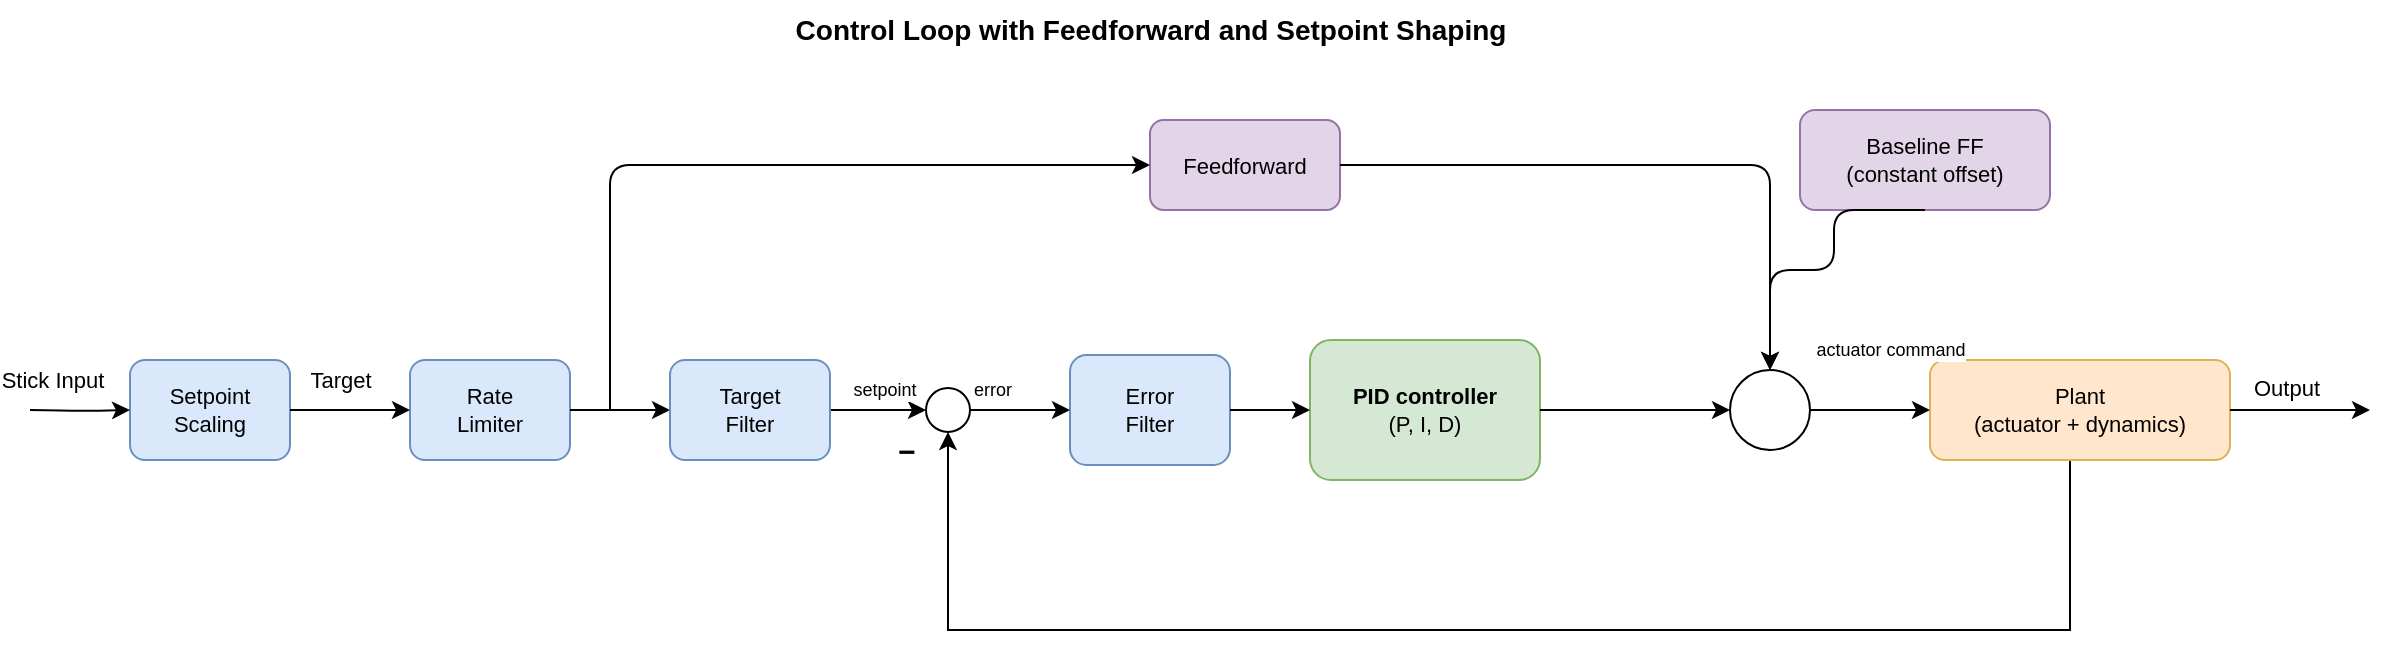
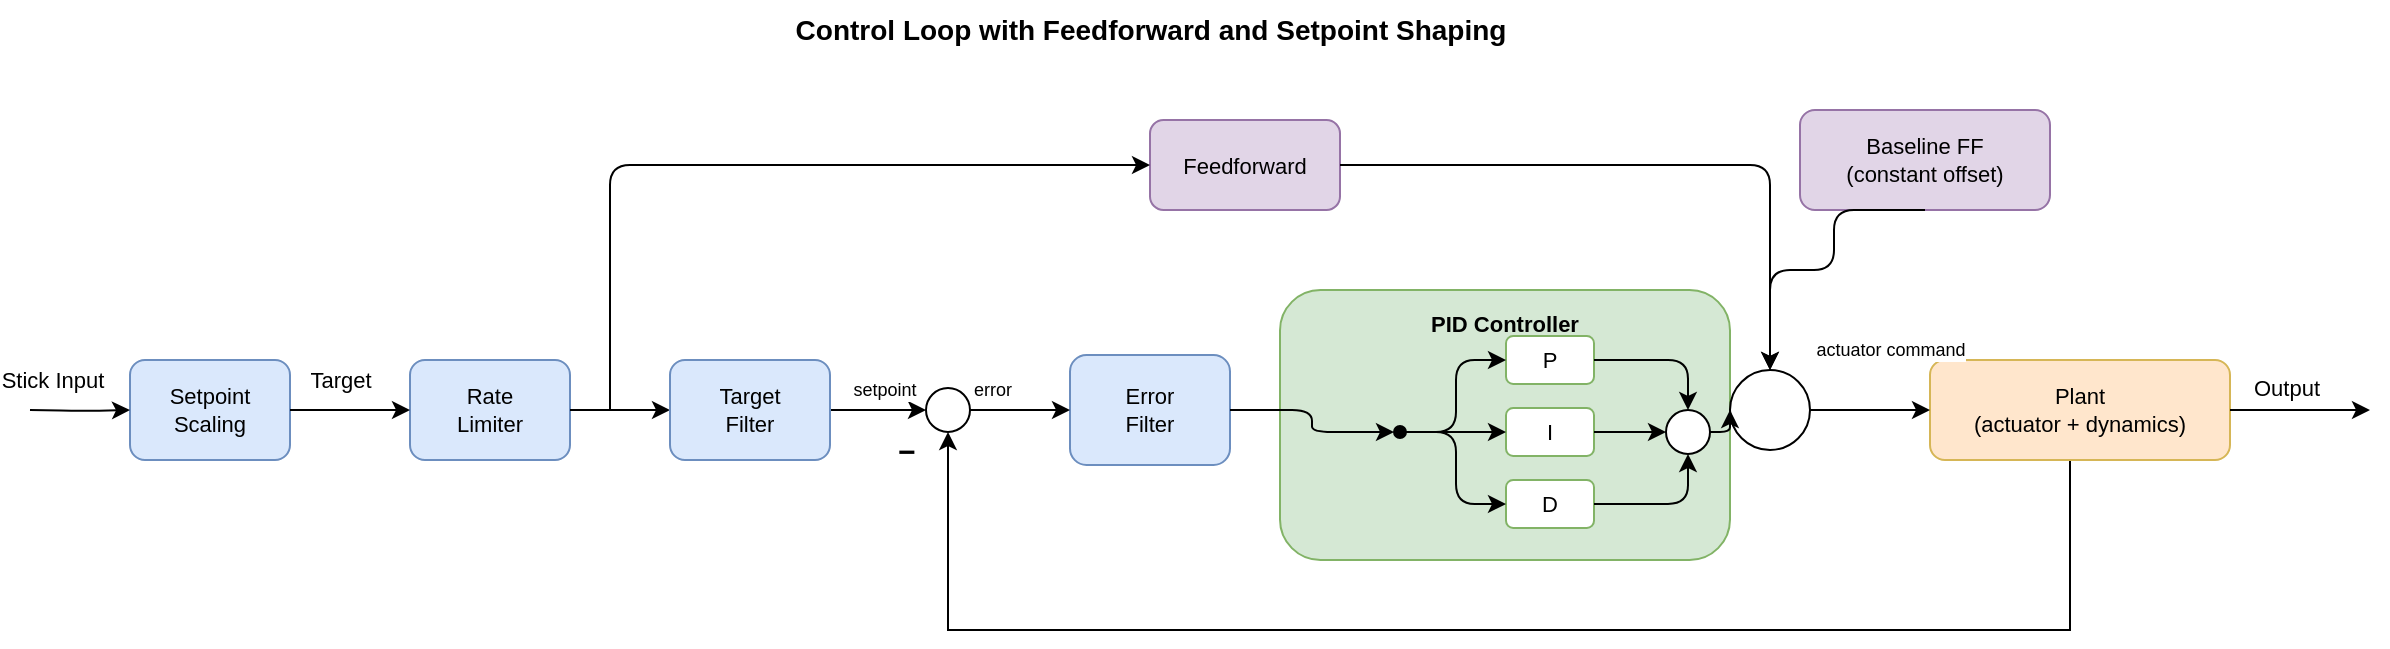
<mxfile host="Electron">
  <diagram name="Generic PID Loop" id="generic-pid-loop">
    <mxGraphModel dx="1513" dy="436" grid="1" gridSize="10" guides="1" tooltips="1" connect="1" arrows="1" fold="1" page="1" pageScale="1" pageWidth="1300" pageHeight="500" math="0" shadow="0">
      <root>
        <mxCell id="0" />
        <mxCell id="1" parent="0" />
        <mxCell id="2" parent="1" style="text;html=1;strokeColor=none;fillColor=none;align=center;verticalAlign=middle;fontSize=14;fontStyle=1;" value="Control Loop with Feedforward and Setpoint Shaping" vertex="1">
          <mxGeometry height="30" width="900" x="200" y="15" as="geometry" />
        </mxCell>
        <mxCell id="11" parent="1" style="rounded=1;whiteSpace=wrap;html=1;fillColor=#dae8fc;strokeColor=#6c8ebf;fontSize=11;" value="Setpoint&lt;br&gt;Scaling" vertex="1">
          <mxGeometry height="50" width="80" x="140" y="195" as="geometry" />
        </mxCell>
        <mxCell id="12" parent="1" style="rounded=1;whiteSpace=wrap;html=1;fillColor=#dae8fc;strokeColor=#6c8ebf;fontSize=11;" value="Rate&lt;br&gt;Limiter" vertex="1">
          <mxGeometry height="50" width="80" x="280" y="195" as="geometry" />
        </mxCell>
        <mxCell id="14" parent="1" style="ellipse;whiteSpace=wrap;html=1;fillColor=#ffffff;strokeColor=#000000;fontSize=18;fontStyle=1;" value="" vertex="1">
          <mxGeometry height="22" width="22" x="538" y="209" as="geometry" />
        </mxCell>
        <mxCell id="15" parent="1" style="text;html=1;strokeColor=none;fillColor=none;align=center;verticalAlign=top;fontSize=15;fontStyle=1;" value="−" vertex="1">
          <mxGeometry height="20" width="20" x="518" y="225" as="geometry" />
        </mxCell>
        <mxCell id="16" parent="1" style="rounded=1;whiteSpace=wrap;html=1;fillColor=#dae8fc;strokeColor=#6c8ebf;fontSize=11;" value="Error&lt;br&gt;Filter" vertex="1">
          <mxGeometry height="55" width="80" x="610" y="192.5" as="geometry" />
        </mxCell>
-         <mxCell id="17" parent="1" style="rounded=1;whiteSpace=wrap;html=1;fillColor=#d5e8d4;strokeColor=#82b366;fontSize=11;" value="&lt;b&gt;PID controller&lt;/b&gt;&#xa;(P, I, D)" vertex="1">
-           <mxGeometry height="70" width="115" x="730" y="185" as="geometry" />
+         <mxCell id="17" parent="1" style="rounded=1;whiteSpace=wrap;html=1;fillColor=#d5e8d4;strokeColor=#82b366;fontSize=11;fontStyle=1;verticalAlign=top;spacingTop=4;" value="PID Controller" vertex="1">
+           <mxGeometry height="135" width="225" x="715" y="160" as="geometry" />
        </mxCell>
        <mxCell id="18" parent="1" style="ellipse;whiteSpace=wrap;html=1;fillColor=#ffffff;strokeColor=#000000;fontSize=18;fontStyle=1;" value="" vertex="1">
          <mxGeometry height="40" width="40" x="940" y="200" as="geometry" />
        </mxCell>
        <mxCell id="eoEdMcVKI2_hniUKWyik-94" edge="1" parent="1" source="19" style="edgeStyle=orthogonalEdgeStyle;rounded=0;orthogonalLoop=1;jettySize=auto;html=1;entryX=0.5;entryY=1;entryDx=0;entryDy=0;" target="14">
          <mxGeometry relative="1" as="geometry">
            <Array as="points">
              <mxPoint x="1110" y="330" />
              <mxPoint x="549" y="330" />
            </Array>
            <mxPoint x="1087" y="260" as="targetPoint" />
          </mxGeometry>
        </mxCell>
        <mxCell id="19" parent="1" style="rounded=1;whiteSpace=wrap;html=1;fillColor=#ffe6cc;strokeColor=#d6b656;fontSize=11;" value="Plant&#xa;(actuator + dynamics)" vertex="1">
          <mxGeometry height="50" width="150" x="1040" y="195" as="geometry" />
        </mxCell>
        <mxCell id="50" parent="1" style="rounded=1;whiteSpace=wrap;html=1;fillColor=#e1d5e7;strokeColor=#9673a6;fontSize=11;" value="Feedforward" vertex="1">
          <mxGeometry height="45" width="95" x="650" y="75" as="geometry" />
        </mxCell>
        <mxCell id="60" parent="1" style="rounded=1;whiteSpace=wrap;html=1;fillColor=#e1d5e7;strokeColor=#9673a6;fontSize=11;" value="Baseline FF&#xa;(constant offset)" vertex="1">
          <mxGeometry height="50" width="125" x="975" y="70" as="geometry" />
        </mxCell>
        <mxCell id="30" edge="1" parent="1" style="edgeStyle=orthogonalEdgeStyle;html=1;" target="11">
          <mxGeometry relative="1" as="geometry">
            <mxPoint x="90" y="220" as="sourcePoint" />
          </mxGeometry>
        </mxCell>
        <mxCell id="eoEdMcVKI2_hniUKWyik-90" connectable="0" parent="30" style="edgeLabel;html=1;align=center;verticalAlign=middle;resizable=0;points=[];" value="Stick Input" vertex="1">
          <mxGeometry relative="1" x="0.261" y="-1" as="geometry">
            <mxPoint x="-21" y="-16" as="offset" />
          </mxGeometry>
        </mxCell>
        <mxCell id="31" edge="1" parent="1" source="11" style="edgeStyle=orthogonalEdgeStyle;html=1;" target="12">
          <mxGeometry relative="1" as="geometry" />
        </mxCell>
        <mxCell id="eoEdMcVKI2_hniUKWyik-91" connectable="0" parent="31" style="edgeLabel;html=1;align=center;verticalAlign=middle;resizable=0;points=[];" value="Target" vertex="1">
          <mxGeometry relative="1" x="-0.1857" as="geometry">
            <mxPoint y="-15" as="offset" />
          </mxGeometry>
        </mxCell>
        <mxCell id="32" edge="1" parent="1" source="12" style="edgeStyle=orthogonalEdgeStyle;html=1;entryX=0;entryY=0.5;entryDx=0;entryDy=0;" target="eoEdMcVKI2_hniUKWyik-87">
          <mxGeometry relative="1" as="geometry">
            <mxPoint x="420" y="220" as="targetPoint" />
          </mxGeometry>
        </mxCell>
        <mxCell id="33" edge="1" parent="1" source="eoEdMcVKI2_hniUKWyik-87" style="edgeStyle=orthogonalEdgeStyle;html=1;fontSize=9;exitX=1;exitY=0.5;exitDx=0;exitDy=0;" target="14" value="setpoint">
          <mxGeometry relative="1" x="0.1111" y="10" as="geometry">
            <mxPoint as="offset" />
            <mxPoint x="510" y="220" as="sourcePoint" />
          </mxGeometry>
        </mxCell>
        <mxCell id="34" edge="1" parent="1" source="14" style="edgeStyle=orthogonalEdgeStyle;html=1;fontSize=9;" target="16" value="error">
          <mxGeometry relative="1" x="-0.5789" y="10" as="geometry">
            <mxPoint as="offset" />
          </mxGeometry>
        </mxCell>
-         <mxCell id="35" edge="1" parent="1" source="16" style="edgeStyle=orthogonalEdgeStyle;html=1;" target="17">
+         <mxCell id="35" edge="1" parent="1" source="16" style="edgeStyle=orthogonalEdgeStyle;html=1;" target="94">
          <mxGeometry relative="1" as="geometry" />
        </mxCell>
-         <mxCell id="36" edge="1" parent="1" source="17" style="edgeStyle=orthogonalEdgeStyle;html=1;" target="18">
+         <mxCell id="36" edge="1" parent="1" source="93" style="edgeStyle=orthogonalEdgeStyle;html=1;" target="18">
          <mxGeometry relative="1" as="geometry" />
        </mxCell>
        <mxCell id="37" edge="1" parent="1" source="18" style="edgeStyle=orthogonalEdgeStyle;html=1;fontSize=9;" target="19" value="actuator command">
          <mxGeometry relative="1" x="0.3333" y="30" as="geometry">
            <mxPoint as="offset" />
          </mxGeometry>
        </mxCell>
        <mxCell id="38" edge="1" parent="1" source="19" style="edgeStyle=orthogonalEdgeStyle;html=1;">
          <mxGeometry relative="1" as="geometry">
            <mxPoint x="1260" y="220" as="targetPoint" />
          </mxGeometry>
        </mxCell>
        <mxCell id="eoEdMcVKI2_hniUKWyik-93" connectable="0" parent="38" style="edgeLabel;html=1;align=center;verticalAlign=middle;resizable=0;points=[];" value="Output" vertex="1">
          <mxGeometry relative="1" x="-0.2857" y="-1" as="geometry">
            <mxPoint x="3" y="-12" as="offset" />
          </mxGeometry>
        </mxCell>
        <mxCell id="51" edge="1" parent="1" style="edgeStyle=orthogonalEdgeStyle;html=1;entryX=0;entryY=0.5;entryDx=0;entryDy=0;" target="50">
          <mxGeometry relative="1" as="geometry">
            <Array as="points">
              <mxPoint x="380" y="185" />
              <mxPoint x="380" y="100" />
            </Array>
            <mxPoint x="380" y="220" as="sourcePoint" />
          </mxGeometry>
        </mxCell>
        <mxCell id="52" edge="1" parent="1" source="50" style="edgeStyle=orthogonalEdgeStyle;html=1;exitX=1;exitY=0.5;exitDx=0;exitDy=0;entryX=0.5;entryY=0;entryDx=0;entryDy=0;" target="18">
          <mxGeometry relative="1" as="geometry">
            <Array as="points">
              <mxPoint x="960" y="98" />
            </Array>
          </mxGeometry>
        </mxCell>
        <mxCell id="61" edge="1" parent="1" source="60" style="edgeStyle=orthogonalEdgeStyle;html=1;exitX=0.5;exitY=1;exitDx=0;exitDy=0;entryX=0.5;entryY=0;entryDx=0;entryDy=0;" target="18">
          <mxGeometry relative="1" as="geometry">
            <Array as="points">
              <mxPoint x="992" y="150" />
              <mxPoint x="960" y="150" />
            </Array>
          </mxGeometry>
        </mxCell>
        <mxCell id="eoEdMcVKI2_hniUKWyik-87" parent="1" style="rounded=1;whiteSpace=wrap;html=1;fillColor=#dae8fc;strokeColor=#6c8ebf;fontSize=11;" value="Target&lt;div&gt;Filter&lt;/div&gt;" vertex="1">
          <mxGeometry height="50" width="80" x="410" y="195" as="geometry" />
        </mxCell>
+         <!-- ────────── PID internals (children of frame id=17) ────────── -->
+         <!-- Junction (split point inside frame, where input fans out to P/I/D) -->
+         <mxCell id="94" parent="1" style="ellipse;fillColor=#000000;strokeColor=#000000;" vertex="1">
+           <mxGeometry height="6" width="6" x="772" y="228" as="geometry" />
+         </mxCell>
+         <!-- P block -->
+         <mxCell id="90" parent="1" style="rounded=1;whiteSpace=wrap;html=1;fillColor=#ffffff;strokeColor=#82b366;fontSize=11;" value="P" vertex="1">
+           <mxGeometry height="24" width="44" x="828" y="183" as="geometry" />
+         </mxCell>
+         <!-- I block -->
+         <mxCell id="91" parent="1" style="rounded=1;whiteSpace=wrap;html=1;fillColor=#ffffff;strokeColor=#82b366;fontSize=11;" value="I" vertex="1">
+           <mxGeometry height="24" width="44" x="828" y="219" as="geometry" />
+         </mxCell>
+         <!-- D block -->
+         <mxCell id="92" parent="1" style="rounded=1;whiteSpace=wrap;html=1;fillColor=#ffffff;strokeColor=#82b366;fontSize=11;" value="D" vertex="1">
+           <mxGeometry height="24" width="44" x="828" y="255" as="geometry" />
+         </mxCell>
+         <!-- Internal PID summer -->
+         <mxCell id="93" parent="1" style="ellipse;whiteSpace=wrap;html=1;fillColor=#ffffff;strokeColor=#000000;" value="" vertex="1">
+           <mxGeometry height="22" width="22" x="908" y="220" as="geometry" />
+         </mxCell>
+         <!-- Junction → P -->
+         <mxCell id="95" edge="1" parent="1" source="94" target="90" style="edgeStyle=orthogonalEdgeStyle;html=1;exitX=0.5;exitY=0.5;exitDx=0;exitDy=0;entryX=0;entryY=0.5;entryDx=0;entryDy=0;">
+           <mxGeometry relative="1" as="geometry" />
+         </mxCell>
+         <!-- Junction → I -->
+         <mxCell id="96" edge="1" parent="1" source="94" target="91" style="edgeStyle=orthogonalEdgeStyle;html=1;exitX=0.5;exitY=0.5;exitDx=0;exitDy=0;entryX=0;entryY=0.5;entryDx=0;entryDy=0;">
+           <mxGeometry relative="1" as="geometry" />
+         </mxCell>
+         <!-- Junction → D -->
+         <mxCell id="97" edge="1" parent="1" source="94" target="92" style="edgeStyle=orthogonalEdgeStyle;html=1;exitX=0.5;exitY=0.5;exitDx=0;exitDy=0;entryX=0;entryY=0.5;entryDx=0;entryDy=0;">
+           <mxGeometry relative="1" as="geometry" />
+         </mxCell>
+         <!-- P → summer -->
+         <mxCell id="98" edge="1" parent="1" source="90" target="93" style="edgeStyle=orthogonalEdgeStyle;html=1;exitX=1;exitY=0.5;exitDx=0;exitDy=0;entryX=0.5;entryY=0;entryDx=0;entryDy=0;">
+           <mxGeometry relative="1" as="geometry" />
+         </mxCell>
+         <!-- I → summer -->
+         <mxCell id="99" edge="1" parent="1" source="91" target="93" style="edgeStyle=orthogonalEdgeStyle;html=1;exitX=1;exitY=0.5;exitDx=0;exitDy=0;entryX=0;entryY=0.5;entryDx=0;entryDy=0;">
+           <mxGeometry relative="1" as="geometry" />
+         </mxCell>
+         <!-- D → summer -->
+         <mxCell id="100" edge="1" parent="1" source="92" target="93" style="edgeStyle=orthogonalEdgeStyle;html=1;exitX=1;exitY=0.5;exitDx=0;exitDy=0;entryX=0.5;entryY=1;entryDx=0;entryDy=0;">
+           <mxGeometry relative="1" as="geometry" />
+         </mxCell>
      </root>
    </mxGraphModel>
  </diagram>
</mxfile>
